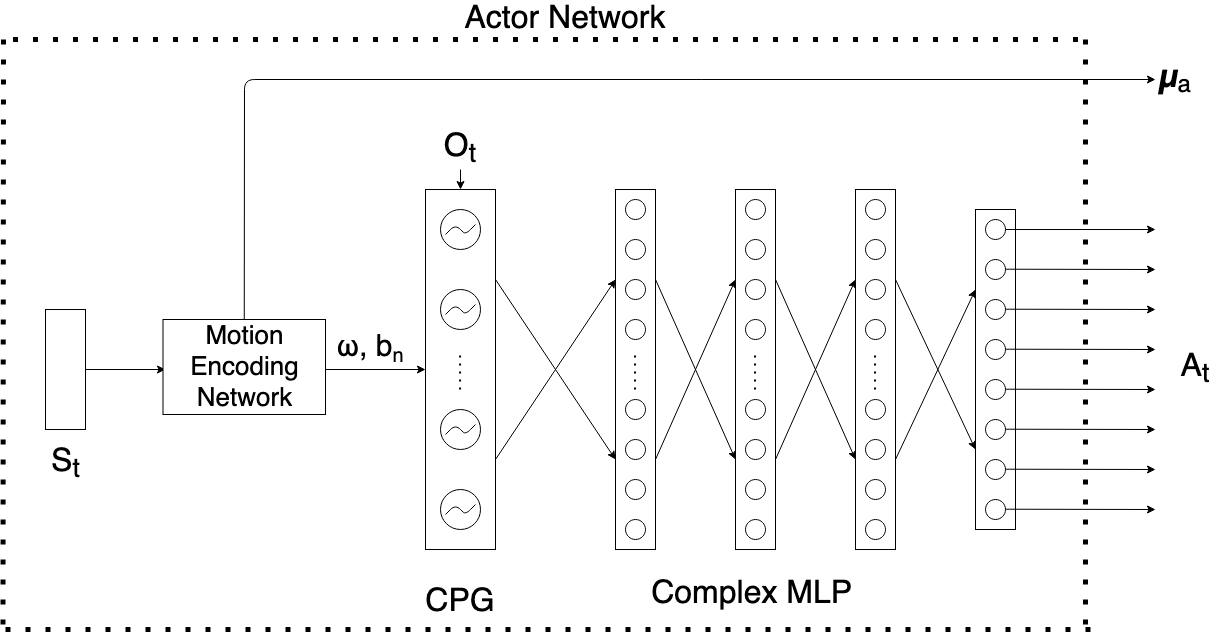
Earlier version of the draw.io export images/actor_t.png (shandilya1998/CPGController). Source tidied: cells renumbered, new cells last; positions are measured from the earlier drawing's top-left corner, leaving out a move shared by most shapes.
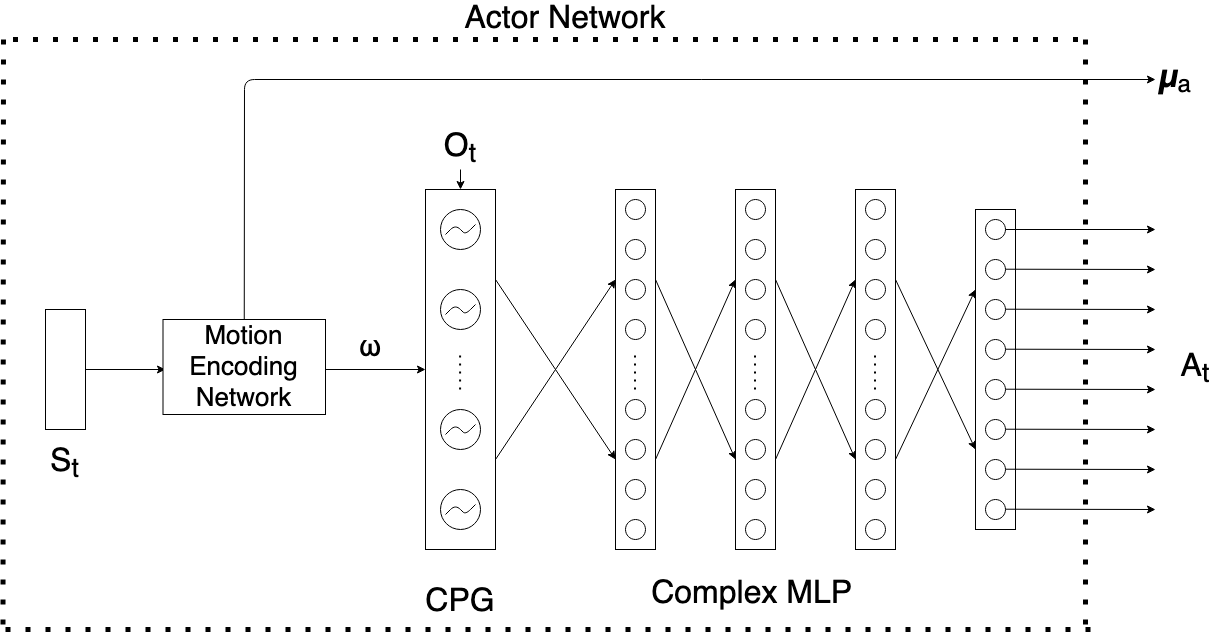
Later version of the same file.

What changed in the source:
```diff
@@ -309,7 +309,7 @@
         <mxPoint x="322" y="360" as="sourcePoint" />
       </mxGeometry>
     </mxCell>
-    <mxCell id="76" value="&lt;font style=&quot;font-size: 30px&quot;&gt;ω&lt;/font&gt;&lt;font style=&quot;font-size: 30px&quot;&gt;,&lt;/font&gt;&lt;font style=&quot;font-size: 30px&quot;&gt;&lt;span class=&quot;aCOpRe&quot;&gt;&lt;span&gt;&lt;/span&gt;&lt;/span&gt;&lt;/font&gt;&lt;font style=&quot;font-size: 30px&quot;&gt; b&lt;/font&gt;&lt;font style=&quot;font-size: 30px&quot; size=&quot;1&quot;&gt;&lt;sub&gt;&lt;span style=&quot;font-size: 20px&quot;&gt;n&lt;/span&gt;&lt;/sub&gt;&lt;/font&gt;" style="text;html=1;strokeColor=none;fillColor=none;align=center;verticalAlign=middle;whiteSpace=wrap;rounded=0;" parent="1" vertex="1">
+    <mxCell id="76" value="&lt;font style=&quot;font-size: 30px&quot;&gt;ω&lt;/font&gt;&lt;font style=&quot;font-size: 30px&quot;&gt;&lt;span class=&quot;aCOpRe&quot;&gt;&lt;span&gt;&lt;/span&gt;&lt;/span&gt;&lt;/font&gt;&lt;font style=&quot;font-size: 30px&quot; size=&quot;1&quot;&gt;&lt;sub&gt;&lt;span style=&quot;font-size: 20px&quot;&gt;&lt;/span&gt;&lt;/sub&gt;&lt;/font&gt;" style="text;html=1;strokeColor=none;fillColor=none;align=center;verticalAlign=middle;whiteSpace=wrap;rounded=0;" parent="1" vertex="1">
       <mxGeometry x="322" y="330" width="90" height="20" as="geometry" />
     </mxCell>
     <mxCell id="77" value="&lt;font style=&quot;font-size: 32px&quot;&gt;A&lt;sub&gt;t&lt;/sub&gt;&lt;/font&gt;" style="text;html=1;strokeColor=none;fillColor=none;align=center;verticalAlign=middle;whiteSpace=wrap;rounded=0;" parent="1" vertex="1">
```
